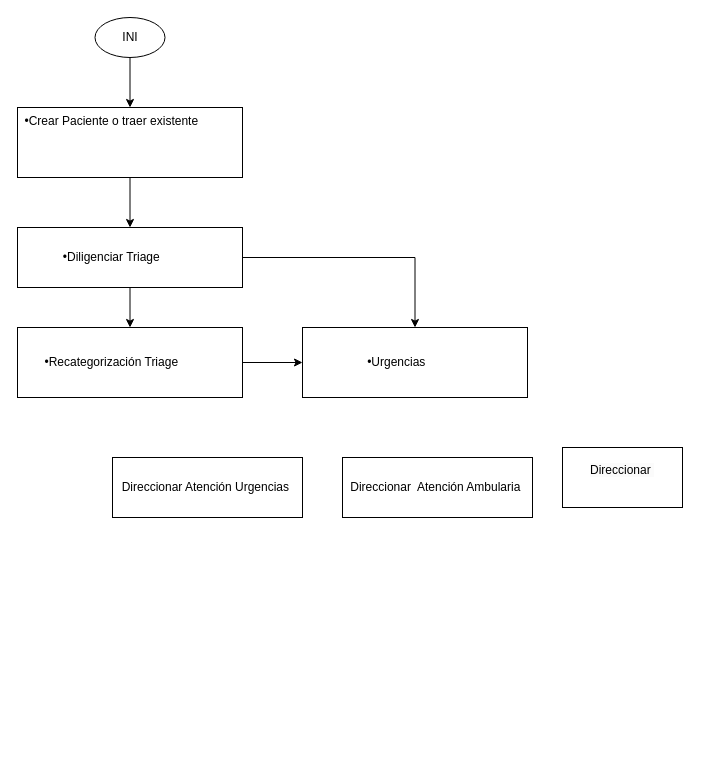
This is Untitled Diagram.drawio from PipeJaram1/KlinicProject, a draw.io file, before an edit. Source tidied: cells renumbered, new cells numbered last; positions are measured from the earlier drawing's top-left corner, leaving out a move shared by most shapes. Both pictures are drawn from the tidied source at 100%, with x=0, y=0 at pixel (17, 17).
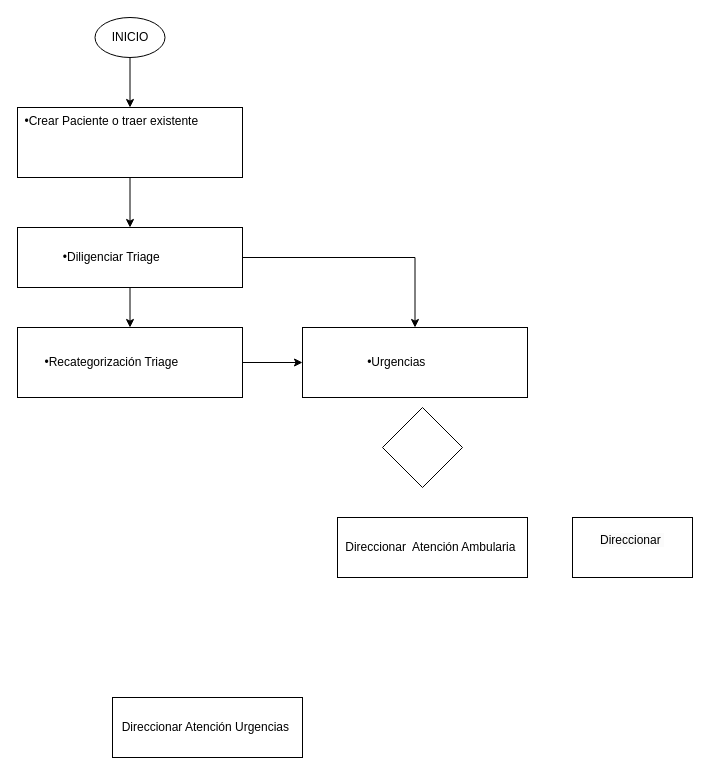
The same page after the edit.

What changed in the source:
```diff
@@
 <mxGraphModel>
   <root>
     <mxCell id="0" />
     <mxCell id="1" parent="0" />
     <mxCell id="2" style="edgeStyle=orthogonalEdgeStyle;rounded=0;jettySize=auto;html=1;" parent="1" edge="1" source="3" target="5">
       <mxGeometry relative="1" as="geometry" />
     </mxCell>
-    <mxCell id="3" value="INI" style="ellipse;whiteSpace=wrap;html=1;" parent="1" vertex="1">
+    <mxCell id="3" value="INICIO" style="ellipse;whiteSpace=wrap;html=1;" parent="1" vertex="1">
       <mxGeometry x="77.5" width="70" height="40" as="geometry" />
     </mxCell>
     <mxCell id="4" style="edgeStyle=orthogonalEdgeStyle;rounded=0;jettySize=auto;html=1;" parent="1" edge="1" source="5" target="8">
       <mxGeometry relative="1" as="geometry" />
     </mxCell>
     <mxCell id="5" value="&#10;&#10;&#10;&lt;div style=&quot;language:es-CO;margin-top:0pt;margin-bottom:0pt;&#10;margin-left:.38in;text-indent:-.38in&quot; class=&quot;O0&quot;&gt;&lt;span style=&quot;mso-special-format:bullet&quot;&gt;•&lt;/span&gt;&lt;span style=&quot;language:es-CO&quot;&gt;Crear Paciente o traer existente&lt;/span&gt;&lt;/div&gt;&#10;&#10;&#10;&#10;&#10;&#10;" style="rounded=0;whiteSpace=wrap;html=1;verticalAlign=middle;" parent="1" vertex="1">
       <mxGeometry y="90" width="225" height="70" as="geometry" />
     </mxCell>
     <mxCell id="6" style="edgeStyle=orthogonalEdgeStyle;rounded=0;jettySize=auto;html=1;" parent="1" edge="1" source="8" target="10">
       <mxGeometry relative="1" as="geometry" />
     </mxCell>
     <mxCell id="7" style="edgeStyle=orthogonalEdgeStyle;rounded=0;jettySize=auto;html=1;" parent="1" edge="1" source="8" target="11">
       <mxGeometry relative="1" as="geometry" />
     </mxCell>
     <mxCell id="8" value="&lt;div style=&quot;language:es-CO;margin-top:0pt;margin-bottom:0pt;&lt;br/&gt;margin-left:.38in;text-indent:-.38in&quot; class=&quot;O0&quot;&gt;•Diligenciar Triage &lt;/div&gt;" style="rounded=0;whiteSpace=wrap;html=1;verticalAlign=middle;" parent="1" vertex="1">
       <mxGeometry y="210" width="225" height="60" as="geometry" />
     </mxCell>
     <mxCell id="9" style="edgeStyle=orthogonalEdgeStyle;rounded=0;jettySize=auto;html=1;" parent="1" edge="1" source="10" target="11">
       <mxGeometry relative="1" as="geometry" />
     </mxCell>
     <mxCell id="10" value="&lt;div style=&quot;language:es-CO;margin-top:0pt;margin-bottom:0pt;&lt;br/&gt;margin-left:.38in;text-indent:-.38in&quot; class=&quot;O0&quot;&gt;•Recategorización Triage &lt;/div&gt;" style="rounded=0;whiteSpace=wrap;html=1;verticalAlign=middle;" parent="1" vertex="1">
       <mxGeometry y="310" width="225" height="70" as="geometry" />
     </mxCell>
     <mxCell id="11" value="&lt;div style=&quot;language:es-CO;margin-top:0pt;margin-bottom:0pt;&lt;br/&gt;margin-left:.38in;text-indent:-.38in&quot; class=&quot;O0&quot;&gt;•Urgencias&lt;/div&gt;" style="rounded=0;whiteSpace=wrap;html=1;verticalAlign=middle;" parent="1" vertex="1">
       <mxGeometry x="285" y="310" width="225" height="70" as="geometry" />
     </mxCell>
     <mxCell id="12" value="Direccionar&amp;nbsp; Atención Ambularia&amp;nbsp;" style="rounded=0;whiteSpace=wrap;html=1;" parent="1" vertex="1">
-      <mxGeometry x="325" y="440" width="190" height="60" as="geometry" />
+      <mxGeometry x="320" y="500" width="190" height="60" as="geometry" />
     </mxCell>
     <mxCell id="13" value="&#10;&lt;span style=&quot;color: rgb(0, 0, 0); font-family: Helvetica; font-size: 12px; font-style: normal; font-variant-ligatures: normal; font-variant-caps: normal; font-weight: 400; letter-spacing: normal; orphans: 2; text-align: center; text-indent: 0px; text-transform: none; widows: 2; word-spacing: 0px; -webkit-text-stroke-width: 0px; background-color: rgb(251, 251, 251); text-decoration-thickness: initial; text-decoration-style: initial; text-decoration-color: initial; float: none; display: inline !important;&quot;&gt;Direccionar&lt;span&gt;&amp;nbsp;&lt;/span&gt;&lt;/span&gt;&#10;&#10;" style="rounded=0;whiteSpace=wrap;html=1;" parent="1" vertex="1">
-      <mxGeometry x="545" y="430" width="120" height="60" as="geometry" />
+      <mxGeometry x="555" y="500" width="120" height="60" as="geometry" />
     </mxCell>
     <mxCell id="14" value="Direccionar Atención Urgencias&amp;nbsp;" style="rounded=0;whiteSpace=wrap;html=1;" parent="1" vertex="1">
-      <mxGeometry x="95" y="440" width="190" height="60" as="geometry" />
+      <mxGeometry x="95" y="680" width="190" height="60" as="geometry" />
     </mxCell>
+    <mxCell id="15" style="rhombus;whiteSpace=wrap;html=1;" parent="1" vertex="1">
+      <mxGeometry x="365" y="390" width="80" height="80" as="geometry" />
+    </mxCell>
   </root>
 </mxGraphModel>
```
